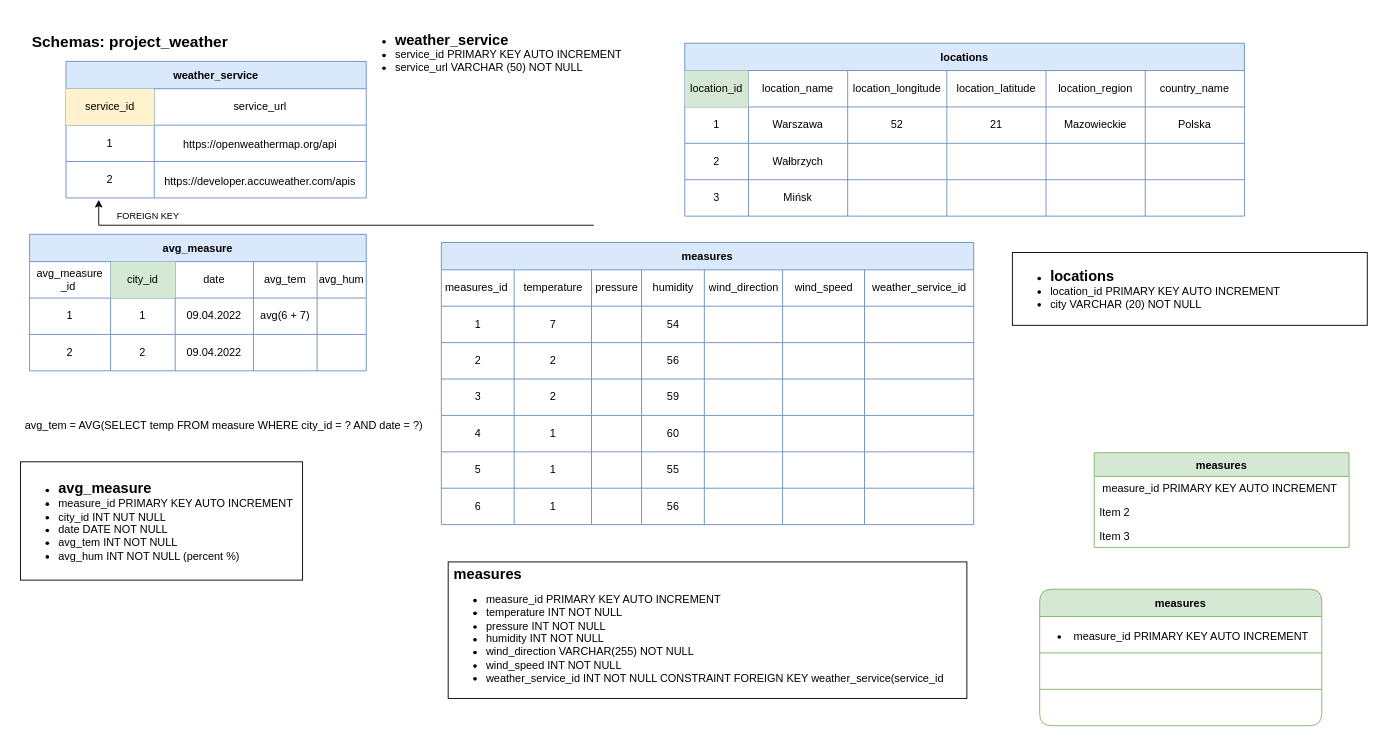
Above: Projek_praktyczny_Weather_App.drawio in icharewicz/Diagrams (draw.io), before the change. Source tidied: cells renumbered, new cells numbered last; positions are measured from the earlier drawing's top-left corner, leaving out a move shared by most shapes. Both pictures are drawn from the tidied source at 91%, with x=0, y=0 at pixel (15, 15).
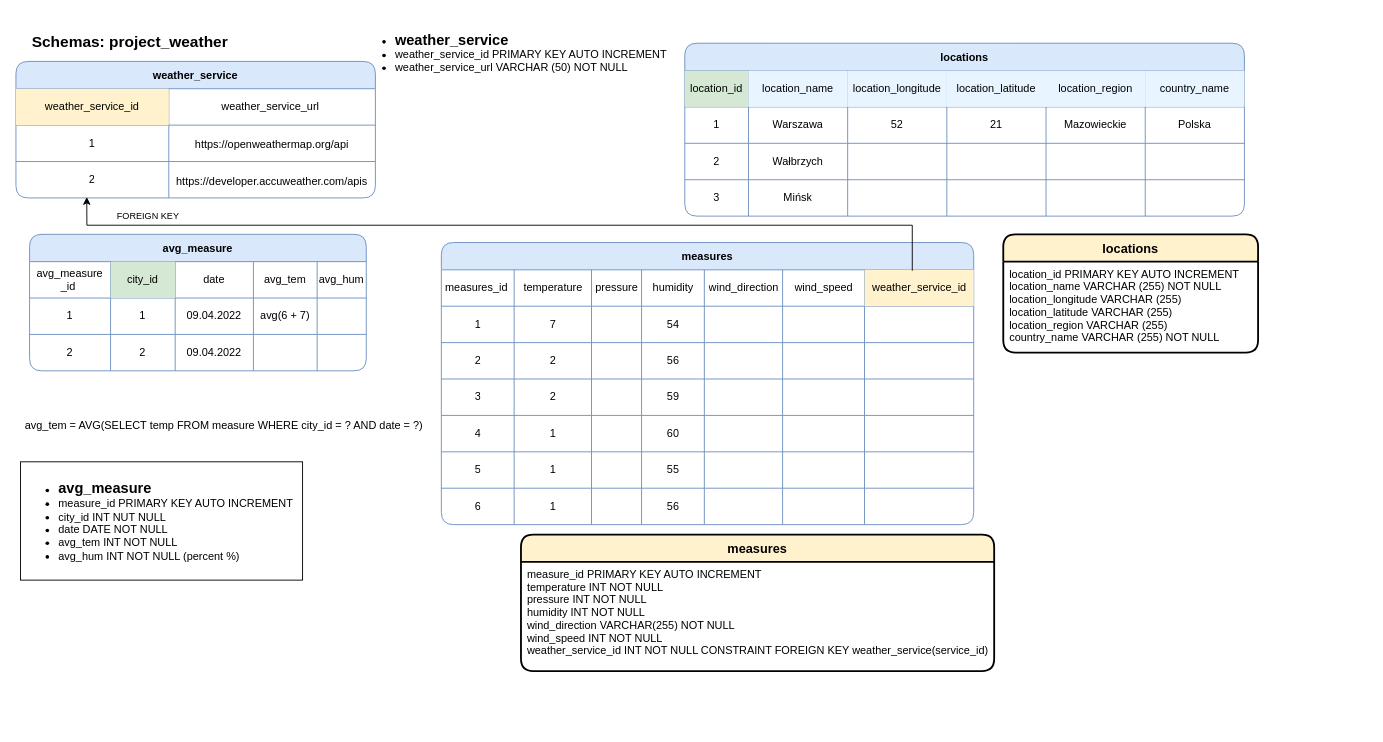
Above is the later version.

Unchanged cells that the change refers to:
```xml
<mxCell id="37" style="shape=tableRow;horizontal=0;startSize=0;swimlaneHead=0;swimlaneBody=0;top=0;left=0;bottom=0;right=0;fillColor=none;" parent="36" vertex="1">
  <mxGeometry y="30" width="615" height="40" as="geometry" />
</mxCell>
<mxCell id="66" style="shape=tableRow;horizontal=0;startSize=0;swimlaneHead=0;swimlaneBody=0;top=0;left=0;bottom=0;right=0;fillColor=none;" parent="65" vertex="1">
  <mxGeometry y="30" width="585" height="40" as="geometry" />
</mxCell>
```

The edit, as a diff of the source:
```diff
@@
-    <mxCell id="3" value="weather_service" style="shape=table;startSize=30;childLayout=tableLayout;fontStyle=1;align=center;fillColor=#dae8fc;strokeColor=#6c8ebf;" parent="1" vertex="1">
-      <mxGeometry x="55" y="50" width="330" height="150" as="geometry" />
+    <mxCell id="3" value="weather_service" style="shape=table;startSize=30;childLayout=tableLayout;fontStyle=1;align=center;fillColor=#dae8fc;strokeColor=#6c8ebf;rounded=1;swimlaneFillColor=default;" parent="1" vertex="1">
+      <mxGeometry y="50" width="395" height="150" as="geometry" />
     </mxCell>
     <mxCell id="4" style="shape=tableRow;horizontal=0;startSize=0;swimlaneHead=0;swimlaneBody=0;top=0;left=0;bottom=0;right=0;fillColor=none;" parent="3" vertex="1">
-      <mxGeometry y="30" width="330" height="40" as="geometry" />
+      <mxGeometry y="30" width="395" height="40" as="geometry" />
     </mxCell>
-    <mxCell id="5" value="service_id" style="shape=partialRectangle;html=1;whiteSpace=wrap;fillColor=#FFF2CC;top=0;left=0;bottom=0;right=0;overflow=hidden;" parent="4" vertex="1">
-      <mxGeometry width="97" height="40" as="geometry" />
+    <mxCell id="5" value="weather_service_id" style="shape=partialRectangle;html=1;whiteSpace=wrap;fillColor=#FFF2CC;top=0;left=0;bottom=0;right=0;overflow=hidden;" parent="4" vertex="1">
+      <mxGeometry width="168" height="40" as="geometry" />
     </mxCell>
-    <mxCell id="6" value="service_url" style="shape=partialRectangle;html=1;whiteSpace=wrap;fillColor=none;top=0;left=0;bottom=0;right=0;overflow=hidden;" parent="4" vertex="1">
-      <mxGeometry x="97" width="233" height="40" as="geometry" />
+    <mxCell id="6" value="&lt;span&gt;weather_service_url&amp;nbsp;&lt;/span&gt;" style="shape=partialRectangle;html=1;whiteSpace=wrap;fillColor=none;top=0;left=0;bottom=0;right=0;overflow=hidden;" parent="4" vertex="1">
+      <mxGeometry x="168" width="227" height="40" as="geometry" />
     </mxCell>
     <mxCell id="7" style="shape=tableRow;horizontal=0;startSize=0;swimlaneHead=0;swimlaneBody=0;top=0;left=0;bottom=0;right=0;fillColor=none;" parent="3" vertex="1">
-      <mxGeometry y="70" width="330" height="40" as="geometry" />
+      <mxGeometry y="70" width="395" height="40" as="geometry" />
     </mxCell>
     <mxCell id="8" value="1" style="shape=partialRectangle;html=1;whiteSpace=wrap;fillColor=none;top=0;left=0;bottom=0;right=0;overflow=hidden;" parent="7" vertex="1">
-      <mxGeometry width="97" height="40" as="geometry" />
+      <mxGeometry width="168" height="40" as="geometry" />
     </mxCell>
     <mxCell id="9" value="&lt;p class=&quot;MsoNormal&quot;&gt;https://openweathermap.org/api&lt;/p&gt;" style="shape=partialRectangle;html=1;whiteSpace=wrap;fillColor=none;top=0;left=0;bottom=0;right=0;overflow=hidden;" parent="7" vertex="1">
-      <mxGeometry x="97" width="233" height="40" as="geometry" />
+      <mxGeometry x="168" width="227" height="40" as="geometry" />
     </mxCell>
     <mxCell id="10" style="shape=tableRow;horizontal=0;startSize=0;swimlaneHead=0;swimlaneBody=0;top=0;left=0;bottom=0;right=0;fillColor=none;points=[[0,0.5],[1,0.5]];portConstraint=eastwest;" parent="3" vertex="1">
-      <mxGeometry y="110" width="330" height="40" as="geometry" />
+      <mxGeometry y="110" width="395" height="40" as="geometry" />
     </mxCell>
     <mxCell id="11" value="2" style="shape=partialRectangle;html=1;whiteSpace=wrap;fillColor=none;top=0;left=0;bottom=0;right=0;overflow=hidden;" parent="10" vertex="1">
-      <mxGeometry width="97" height="40" as="geometry" />
+      <mxGeometry width="168" height="40" as="geometry" />
     </mxCell>
     <mxCell id="12" value="&lt;p class=&quot;MsoNormal&quot;&gt;https://developer.accuweather.com/apis&lt;/p&gt;" style="shape=partialRectangle;html=1;whiteSpace=wrap;fillColor=none;top=0;left=0;bottom=0;right=0;overflow=hidden;" parent="10" vertex="1">
-      <mxGeometry x="97" width="233" height="40" as="geometry" />
+      <mxGeometry x="168" width="227" height="40" as="geometry" />
     </mxCell>
-    <mxCell id="13" value="avg_measure" style="shape=table;startSize=30;childLayout=tableLayout;fontStyle=1;align=center;fillColor=#dae8fc;strokeColor=#6c8ebf;" parent="1" vertex="1">
+    <mxCell id="13" value="avg_measure" style="shape=table;startSize=30;childLayout=tableLayout;fontStyle=1;align=center;fillColor=#dae8fc;strokeColor=#6c8ebf;rounded=1;" parent="1" vertex="1">
       <mxGeometry x="15" y="240" width="370" height="150" as="geometry" />
     </mxCell>
@@
-    <mxCell id="32" value="&lt;ul&gt;&lt;li&gt;&lt;b&gt;&lt;font style=&quot;font-size: 16px&quot;&gt;weather_service&lt;/font&gt;&lt;/b&gt;&lt;/li&gt;&lt;li&gt;service_id PRIMARY KEY AUTO INCREMENT&lt;/li&gt;&lt;li&gt;&lt;span style=&quot;text-align: center&quot;&gt;service_url VARCHAR (50) NOT NULL&lt;/span&gt;&lt;/li&gt;&lt;/ul&gt;" style="text;strokeColor=none;fillColor=none;html=1;whiteSpace=wrap;verticalAlign=middle;overflow=hidden;" parent="1" vertex="1">
+    <mxCell id="32" value="&lt;ul&gt;&lt;li&gt;&lt;b&gt;&lt;font style=&quot;font-size: 16px&quot;&gt;weather_service&lt;/font&gt;&lt;/b&gt;&lt;/li&gt;&lt;li&gt;weather_service_id PRIMARY KEY AUTO INCREMENT&lt;/li&gt;&lt;li&gt;&lt;span style=&quot;text-align: center&quot;&gt;weather_service_url VARCHAR (50) NOT NULL&lt;/span&gt;&lt;/li&gt;&lt;/ul&gt;" style="text;strokeColor=none;fillColor=none;html=1;whiteSpace=wrap;verticalAlign=middle;overflow=hidden;" parent="1" vertex="1">
       <mxGeometry x="375" width="390" height="80" as="geometry" />
     </mxCell>
-    <mxCell id="33" value="&lt;span style=&quot;font-size: 16px ; font-weight: 700&quot;&gt;&lt;span style=&quot;white-space: pre&quot;&gt; &lt;/span&gt;measures&lt;/span&gt;&lt;br&gt;&lt;ul&gt;&lt;li&gt;measure_id PRIMARY KEY AUTO INCREMENT&lt;/li&gt;&lt;li&gt;temperature INT NOT NULL&lt;br&gt;&lt;/li&gt;&lt;li&gt;&lt;span style=&quot;text-align: center&quot;&gt;pressure&lt;/span&gt;&amp;nbsp;INT NOT NULL&lt;/li&gt;&lt;li&gt;&lt;span style=&quot;text-align: center&quot;&gt;humidity&amp;nbsp;INT NOT NULL&lt;br&gt;&lt;/span&gt;&lt;/li&gt;&lt;li&gt;&lt;span style=&quot;text-align: center&quot;&gt;wind_direction&amp;nbsp;&lt;/span&gt;VARCHAR(255) NOT NULL&lt;/li&gt;&lt;li&gt;&lt;span style=&quot;text-align: center&quot;&gt;wind_speed INT NOT NULL&lt;/span&gt;&lt;br&gt;&lt;/li&gt;&lt;li&gt;&lt;span style=&quot;text-align: center&quot;&gt;weather_service_id&amp;nbsp;INT NOT NULL CONSTRAINT FOREIGN KEY weather_service(service_id&lt;/span&gt;&lt;br&gt;&lt;/li&gt;&lt;/ul&gt;" style="text;strokeColor=default;fillColor=none;html=1;whiteSpace=wrap;verticalAlign=middle;overflow=hidden;rounded=0;" parent="1" vertex="1">
-      <mxGeometry x="475" y="600" width="570" height="150" as="geometry" />
-    </mxCell>
@@
-    <mxCell id="36" value="locations" style="shape=table;startSize=30;childLayout=tableLayout;fontStyle=1;align=center;fillColor=#dae8fc;strokeColor=#6c8ebf;" parent="1" vertex="1">
+    <mxCell id="36" value="locations" style="shape=table;startSize=30;childLayout=tableLayout;fontStyle=1;align=center;fillColor=#dae8fc;strokeColor=#6c8ebf;rounded=1;swimlaneFillColor=default;" parent="1" vertex="1">
       <mxGeometry x="735" y="30" width="615" height="190" as="geometry" />
     </mxCell>
@@
-    <mxCell id="39" value="location_name" style="shape=partialRectangle;html=1;whiteSpace=wrap;top=0;left=0;bottom=0;right=0;overflow=hidden;fillColor=none;" parent="37" vertex="1">
+    <mxCell id="39" value="location_name" style="shape=partialRectangle;html=1;whiteSpace=wrap;top=0;left=0;bottom=0;right=0;overflow=hidden;fillColor=#E8F4FF;" parent="37" vertex="1">
       <mxGeometry x="70" width="109" height="40" as="geometry" />
     </mxCell>
-    <mxCell id="40" value="location_longitude" style="shape=partialRectangle;html=1;whiteSpace=wrap;top=0;left=0;bottom=0;right=0;overflow=hidden;fillColor=none;" parent="37" vertex="1">
+    <mxCell id="40" value="location_longitude" style="shape=partialRectangle;html=1;whiteSpace=wrap;top=0;left=0;bottom=0;right=0;overflow=hidden;fillColor=#E8F4FF;" parent="37" vertex="1">
       <mxGeometry x="179" width="109" height="40" as="geometry" />
     </mxCell>
-    <mxCell id="41" value="location_latitude" style="shape=partialRectangle;html=1;whiteSpace=wrap;top=0;left=0;bottom=0;right=0;overflow=hidden;fillColor=none;" parent="37" vertex="1">
+    <mxCell id="41" value="location_latitude" style="shape=partialRectangle;html=1;whiteSpace=wrap;top=0;left=0;bottom=0;right=0;overflow=hidden;fillColor=#E8F4FF;" parent="37" vertex="1">
       <mxGeometry x="288" width="109" height="40" as="geometry" />
     </mxCell>
-    <mxCell id="42" value="location_region" style="shape=partialRectangle;html=1;whiteSpace=wrap;top=0;left=0;bottom=0;right=0;overflow=hidden;fillColor=none;" parent="37" vertex="1">
+    <mxCell id="42" value="location_region" style="shape=partialRectangle;html=1;whiteSpace=wrap;top=0;left=0;bottom=0;right=0;overflow=hidden;fillColor=#E8F4FF;" parent="37" vertex="1">
       <mxGeometry x="397" width="109" height="40" as="geometry" />
     </mxCell>
-    <mxCell id="43" value="country_name" style="shape=partialRectangle;html=1;whiteSpace=wrap;top=0;left=0;bottom=0;right=0;overflow=hidden;fillColor=none;" parent="37" vertex="1">
+    <mxCell id="43" value="country_name" style="shape=partialRectangle;html=1;whiteSpace=wrap;top=0;left=0;bottom=0;right=0;overflow=hidden;fillColor=#E8F4FF;" parent="37" vertex="1">
       <mxGeometry x="506" width="109" height="40" as="geometry" />
     </mxCell>
@@
-    <mxCell id="65" value="measures" style="shape=table;startSize=30;childLayout=tableLayout;fontStyle=1;align=center;fillColor=#dae8fc;strokeColor=#6c8ebf;" parent="1" vertex="1">
+    <mxCell id="65" value="measures" style="shape=table;startSize=30;childLayout=tableLayout;fontStyle=1;align=center;fillColor=#dae8fc;strokeColor=#6c8ebf;rounded=1;swimlaneFillColor=default;" parent="1" vertex="1">
       <mxGeometry x="467.5" y="249" width="585" height="310" as="geometry" />
     </mxCell>
@@
-    <mxCell id="73" value="weather_service_id" style="shape=partialRectangle;html=1;whiteSpace=wrap;fillColor=none;top=0;left=0;bottom=0;right=0;overflow=hidden;" parent="66" vertex="1">
+    <mxCell id="73" value="weather_service_id" style="shape=partialRectangle;html=1;whiteSpace=wrap;fillColor=#FFF2CC;top=0;left=0;bottom=0;right=0;overflow=hidden;" parent="66" vertex="1">
       <mxGeometry x="465" width="120" height="40" as="geometry" />
     </mxCell>
@@
-    <mxCell id="122" style="endArrow=classic;html=1;rounded=0;fontSize=10;entryX=0.109;entryY=1.05;entryDx=0;entryDy=0;entryPerimeter=0;" parent="1" edge="1" target="10">
-      <mxGeometry relative="1" as="geometry">
-        <mxPoint x="635" y="230" as="sourcePoint" />
-        <Array as="points">
-          <mxPoint x="563" y="230" />
-          <mxPoint x="91" y="230" />
-        </Array>
-      </mxGeometry>
-    </mxCell>
@@
-    <mxCell id="124" value="&lt;ul&gt;&lt;li&gt;&lt;b&gt;&lt;font style=&quot;font-size: 16px&quot;&gt;locations&lt;/font&gt;&lt;/b&gt;&lt;/li&gt;&lt;li&gt;location_id&amp;nbsp;PRIMARY KEY AUTO INCREMENT&lt;/li&gt;&lt;li&gt;&lt;span style=&quot;text-align: center&quot;&gt;city VARCHAR (20) NOT NULL&lt;/span&gt;&lt;/li&gt;&lt;/ul&gt;" style="text;strokeColor=default;fillColor=none;html=1;whiteSpace=wrap;verticalAlign=middle;overflow=hidden;" parent="1" vertex="1">
-      <mxGeometry x="1095" y="260" width="390" height="80" as="geometry" />
-    </mxCell>
-    <mxCell id="125" value="measures" style="swimlane;fontStyle=1;horizontal=1;startSize=26;fillColor=#d5e8d4;rounded=0;labelBackgroundColor=none;strokeColor=#82b366;" parent="1" vertex="1">
-      <mxGeometry x="1185" y="480" width="280" height="104" as="geometry" />
-    </mxCell>
-    <mxCell id="126" value=" measure_id PRIMARY KEY AUTO INCREMENT" style="text;strokeColor=none;fillColor=none;align=left;verticalAlign=top;spacingLeft=4;spacingRight=4;overflow=hidden;rounded=0;labelBackgroundColor=none;" parent="125" vertex="1">
-      <mxGeometry y="26" width="280" height="26" as="geometry" />
-    </mxCell>
-    <mxCell id="127" value="Item 2" style="text;strokeColor=none;fillColor=none;align=left;verticalAlign=top;spacingLeft=4;spacingRight=4;overflow=hidden;rounded=0;labelBackgroundColor=none;" parent="125" vertex="1">
-      <mxGeometry y="52" width="280" height="26" as="geometry" />
-    </mxCell>
-    <mxCell id="128" value="Item 3" style="text;strokeColor=none;fillColor=none;align=left;verticalAlign=top;spacingLeft=4;spacingRight=4;overflow=hidden;rounded=0;labelBackgroundColor=none;" parent="125" vertex="1">
-      <mxGeometry y="78" width="280" height="26" as="geometry" />
-    </mxCell>
-    <mxCell id="129" value="measures" style="shape=table;startSize=30;childLayout=tableLayout;fontStyle=1;align=center;rounded=1;labelBackgroundColor=none;strokeColor=#82b366;fillColor=#d5e8d4;shadow=0;sketch=0;" parent="1" vertex="1">
-      <mxGeometry x="1125" y="630" width="310" height="150" as="geometry" />
-    </mxCell>
-    <mxCell id="130" style="shape=tableRow;horizontal=0;startSize=0;swimlaneHead=0;swimlaneBody=0;top=0;left=0;bottom=0;right=0;fillColor=none;rounded=0;labelBackgroundColor=none;strokeColor=default;labelPosition=left;verticalLabelPosition=top;align=right;verticalAlign=bottom;" parent="129" vertex="1">
-      <mxGeometry y="30" width="310" height="40" as="geometry" />
-    </mxCell>
-    <mxCell id="131" value="&lt;ul&gt;&lt;li&gt;&lt;span style=&quot;&quot;&gt;&amp;nbsp;measure_id PRIMARY KEY AUTO INCREMENT&lt;/span&gt;&lt;/li&gt;&lt;/ul&gt;" style="shape=partialRectangle;html=1;whiteSpace=wrap;fillColor=none;top=0;left=0;bottom=0;right=0;overflow=hidden;rounded=0;labelBackgroundColor=none;strokeColor=default;align=center;labelPosition=center;verticalLabelPosition=middle;verticalAlign=middle;spacingLeft=-20;" parent="130" vertex="1">
-      <mxGeometry width="310" height="40" as="geometry" />
-    </mxCell>
-    <mxCell id="132" style="shape=tableRow;horizontal=0;startSize=0;swimlaneHead=0;swimlaneBody=0;top=0;left=0;bottom=0;right=0;fillColor=none;rounded=0;labelBackgroundColor=none;strokeColor=default;" parent="129" vertex="1">
-      <mxGeometry y="70" width="310" height="40" as="geometry" />
-    </mxCell>
-    <mxCell id="133" style="shape=partialRectangle;html=1;whiteSpace=wrap;fillColor=none;top=0;left=0;bottom=0;right=0;overflow=hidden;rounded=0;labelBackgroundColor=none;strokeColor=default;" parent="132" vertex="1">
-      <mxGeometry width="310" height="40" as="geometry" />
-    </mxCell>
-    <mxCell id="134" style="shape=tableRow;horizontal=0;startSize=0;swimlaneHead=0;swimlaneBody=0;top=0;left=0;bottom=0;right=0;fillColor=none;rounded=0;labelBackgroundColor=none;strokeColor=default;" parent="129" vertex="1">
-      <mxGeometry y="110" width="310" height="40" as="geometry" />
-    </mxCell>
-    <mxCell id="135" style="shape=partialRectangle;html=1;whiteSpace=wrap;fillColor=none;top=0;left=0;bottom=0;right=0;overflow=hidden;rounded=0;labelBackgroundColor=none;strokeColor=default;" parent="134" vertex="1">
-      <mxGeometry width="310" height="40" as="geometry" />
-    </mxCell>
+    <mxCell id="136" style="endArrow=classic;html=1;rounded=0;sketch=0;jumpStyle=arc;entryX=0.197;entryY=0.975;entryDx=0;entryDy=0;entryPerimeter=0;" parent="1" edge="1" target="10">
+      <mxGeometry relative="1" as="geometry">
+        <mxPoint x="985" y="280" as="sourcePoint" />
+        <Array as="points">
+          <mxPoint x="985" y="230" />
+          <mxPoint x="78" y="230" />
+        </Array>
+      </mxGeometry>
+    </mxCell>
+    <mxCell id="137" value="locations" style="swimlane;horizontal=1;startSize=30;rounded=1;fontSize=14;fontStyle=1;strokeWidth=2;shadow=0;dashed=0;align=center;fillColor=#FFF2CC;swimlaneFillColor=default;" parent="1" vertex="1">
+      <mxGeometry x="1085" y="240" width="280" height="130" as="geometry" />
+    </mxCell>
+    <mxCell id="138" value="location_id PRIMARY KEY AUTO INCREMENT&#10;location_name VARCHAR (255) NOT NULL&#10;location_longitude VARCHAR (255)&#10;location_latitude VARCHAR (255)&#10;location_region VARCHAR (255)&#10;country_name VARCHAR (255) NOT NULL&#10;" style="align=left;strokeColor=none;fillColor=none;spacingLeft=5;fontSize=12;verticalAlign=top;rounded=1;" parent="137" vertex="1">
+      <mxGeometry y="30" width="280" height="100" as="geometry" />
+    </mxCell>
+    <mxCell id="139" value="measures" style="swimlane;horizontal=1;startSize=30;rounded=1;fontSize=14;fontStyle=1;strokeWidth=2;shadow=0;dashed=0;align=center;fillColor=#FFF2CC;swimlaneFillColor=default;" parent="1" vertex="1">
+      <mxGeometry x="555" y="570" width="520" height="150" as="geometry" />
+    </mxCell>
+    <mxCell id="140" value="measure_id PRIMARY KEY AUTO INCREMENT&#10;temperature INT NOT NULL&#10;pressure INT NOT NULL&#10;humidity INT NOT NULL&#10;wind_direction VARCHAR(255) NOT NULL&#10;wind_speed INT NOT NULL&#10;weather_service_id INT NOT NULL CONSTRAINT FOREIGN KEY weather_service(service_id)" style="align=left;strokeColor=none;fillColor=none;spacingLeft=5;fontSize=12;verticalAlign=top;rounded=1;spacing=2;" parent="139" vertex="1">
+      <mxGeometry y="30" width="520" height="120" as="geometry" />
+    </mxCell>
```
